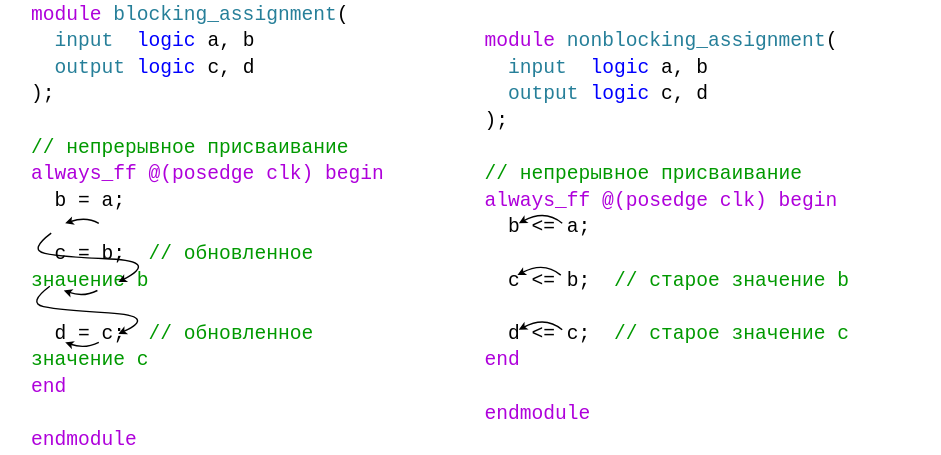
MPSU/APS keeps this draw.io diagram as .pic/Basic Verilog structures/assignments/fig_03.drawio.svg. Above is the earlier version. Source tidied: cells renumbered, new cells last; positions are measured from the earlier drawing's top-left corner, leaving out a move shared by most shapes.
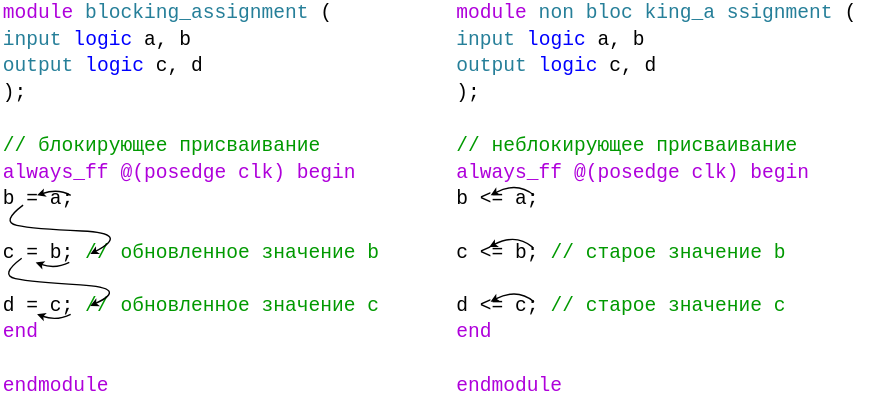
Above is the later version.

What changed in the source:
```diff
@@ -1,11 +1,11 @@
-<mxGraphModel>
+<mxGraphModel background="#ffffff">
   <root>
     <mxCell id="0" />
     <mxCell id="1" parent="0" />
-    <mxCell id="2" value="&lt;div style=&quot;background-color: rgb(255, 255, 255); font-family: &amp;quot;Fira Code Light&amp;quot;, Consolas, &amp;quot;Courier New&amp;quot;, monospace, Consolas, &amp;quot;Courier New&amp;quot;, monospace; font-size: 14px; line-height: 216%;&quot;&gt;&lt;div style=&quot;line-height: 216%;&quot;&gt;&lt;div style=&quot;line-height: 19px;&quot;&gt;&lt;div style=&quot;line-height: 19px;&quot;&gt;&lt;div style=&quot;&quot;&gt;&lt;font color=&quot;#af00db&quot;&gt;module &lt;/font&gt;&lt;span style=&quot;color: rgb(38, 127, 153);&quot;&gt;blocking_assignment&lt;/span&gt;&lt;span style=&quot;color: rgb(0, 0, 0);&quot;&gt;(&lt;/span&gt;&lt;/div&gt;&lt;div style=&quot;color: rgb(59, 59, 59);&quot;&gt;&lt;span style=&quot;color: #000000;&quot;&gt;&amp;nbsp; &lt;/span&gt;&lt;span style=&quot;color: #267f99;&quot;&gt;input&lt;/span&gt;&lt;span style=&quot;color: #000000;&quot;&gt;&amp;nbsp;&amp;nbsp;&lt;/span&gt;&lt;span style=&quot;color: #0000ff;&quot;&gt;logic&lt;/span&gt;&lt;span style=&quot;color: #000000;&quot;&gt; a, b&lt;/span&gt;&lt;/div&gt;&lt;div style=&quot;color: rgb(59, 59, 59);&quot;&gt;&lt;span style=&quot;color: #000000;&quot;&gt;&amp;nbsp; &lt;/span&gt;&lt;span style=&quot;color: #267f99;&quot;&gt;output&lt;/span&gt;&lt;span style=&quot;color: #000000;&quot;&gt; &lt;/span&gt;&lt;span style=&quot;color: #0000ff;&quot;&gt;logic&lt;/span&gt;&lt;span style=&quot;color: #000000;&quot;&gt; c, d&lt;/span&gt;&lt;/div&gt;&lt;div style=&quot;color: rgb(59, 59, 59);&quot;&gt;&lt;span style=&quot;color: rgb(0, 0, 0);&quot;&gt;);&lt;/span&gt;&lt;/div&gt;&lt;div style=&quot;line-height: 19px;&quot;&gt;&lt;br&gt;&lt;/div&gt;&lt;font color=&quot;#009900&quot;&gt;// непрерывное присваивание&lt;br&gt;&lt;/font&gt;&lt;div style=&quot;&quot;&gt;&lt;font color=&quot;#af00db&quot;&gt;always_ff &lt;/font&gt;&lt;span style=&quot;color: rgb(175, 0, 219);&quot;&gt;@(posedge clk) begin&lt;/span&gt;&lt;/div&gt;&lt;div style=&quot;color: rgb(59, 59, 59);&quot;&gt;&lt;span style=&quot;color: #af00db;&quot;&gt;&amp;nbsp;&amp;nbsp;&lt;/span&gt;&lt;span style=&quot;color: #000000;&quot;&gt;b = a;&lt;/span&gt;&lt;/div&gt;&lt;div style=&quot;color: rgb(59, 59, 59);&quot;&gt;&lt;span style=&quot;color: #000000;&quot;&gt;&lt;br&gt;&lt;/span&gt;&lt;/div&gt;&lt;div style=&quot;&quot;&gt;&lt;span style=&quot;color: rgb(0, 0, 0);&quot;&gt;&amp;nbsp; c = b;&amp;nbsp;&amp;nbsp;&lt;/span&gt;&lt;font color=&quot;#009900&quot;&gt;// обновленное значение b&lt;/font&gt;&lt;/div&gt;&lt;div style=&quot;color: rgb(59, 59, 59);&quot;&gt;&lt;span style=&quot;color: #000000;&quot;&gt;&lt;br&gt;&lt;/span&gt;&lt;/div&gt;&lt;div style=&quot;color: rgb(59, 59, 59);&quot;&gt;&lt;span style=&quot;color: #000000;&quot;&gt;&amp;nbsp; d = c;&lt;/span&gt;&amp;nbsp;&amp;nbsp;&lt;font style=&quot;border-color: var(--border-color);&quot; color=&quot;#009900&quot;&gt;// обновленное значение с&lt;/font&gt;&lt;/div&gt;&lt;div style=&quot;color: rgb(59, 59, 59);&quot;&gt;&lt;span style=&quot;color: rgb(175, 0, 219);&quot;&gt;end&lt;/span&gt;&lt;/div&gt;&lt;div style=&quot;color: rgb(59, 59, 59);&quot;&gt;&lt;span style=&quot;color: #000000;&quot;&gt;&lt;br&gt;&lt;/span&gt;&lt;/div&gt;&lt;div style=&quot;&quot;&gt;&lt;font color=&quot;#af00db&quot;&gt;endmodule&lt;/font&gt;&lt;/div&gt;&lt;/div&gt;&lt;/div&gt;&lt;/div&gt;&lt;/div&gt;" style="text;html=1;strokeColor=none;fillColor=none;align=left;verticalAlign=middle;whiteSpace=wrap;rounded=0;" parent="1" vertex="1">
+    <mxCell id="2" value="&lt;div style=&quot;background-color: rgb(255, 255, 255); font-family: &amp;quot;Fira Code Light&amp;quot;, Consolas, &amp;quot;Courier New&amp;quot;, monospace, Consolas, &amp;quot;Courier New&amp;quot;, monospace; font-size: 14px; line-height: 216%;&quot;&gt;&lt;div style=&quot;line-height: 216%;&quot;&gt;&lt;div style=&quot;line-height: 19px;&quot;&gt;&lt;div style=&quot;line-height: 19px;&quot;&gt;&lt;div style=&quot;&quot;&gt;&lt;font color=&quot;#af00db&quot;&gt;module &lt;/font&gt;&lt;span style=&quot;color: rgb(38, 127, 153);&quot;&gt;blocking_assignment&lt;/span&gt;&lt;span style=&quot;color: rgb(0, 0, 0);&quot;&gt;(&lt;/span&gt;&lt;/div&gt;&lt;div style=&quot;color: rgb(59, 59, 59);&quot;&gt;&lt;span style=&quot;color: rgb(0, 0, 0);&quot;&gt;&amp;nbsp; &lt;/span&gt;&lt;span style=&quot;color: rgb(38, 127, 153);&quot;&gt;input&lt;/span&gt;&lt;span style=&quot;color: rgb(0, 0, 0);&quot;&gt;&amp;nbsp;&amp;nbsp;&lt;/span&gt;&lt;span style=&quot;color: rgb(0, 0, 255);&quot;&gt;logic&lt;/span&gt;&lt;span style=&quot;color: rgb(0, 0, 0);&quot;&gt; a, b&lt;/span&gt;&lt;/div&gt;&lt;div style=&quot;color: rgb(59, 59, 59);&quot;&gt;&lt;span style=&quot;color: rgb(0, 0, 0);&quot;&gt;&amp;nbsp; &lt;/span&gt;&lt;span style=&quot;color: rgb(38, 127, 153);&quot;&gt;output&lt;/span&gt;&lt;span style=&quot;color: rgb(0, 0, 0);&quot;&gt; &lt;/span&gt;&lt;span style=&quot;color: rgb(0, 0, 255);&quot;&gt;logic&lt;/span&gt;&lt;span style=&quot;color: rgb(0, 0, 0);&quot;&gt; c, d&lt;/span&gt;&lt;/div&gt;&lt;div style=&quot;color: rgb(59, 59, 59);&quot;&gt;&lt;span style=&quot;color: rgb(0, 0, 0);&quot;&gt;);&lt;/span&gt;&lt;/div&gt;&lt;div style=&quot;line-height: 19px;&quot;&gt;&lt;br&gt;&lt;/div&gt;&lt;font color=&quot;#009900&quot;&gt;// блокирующее присваивание&lt;br&gt;&lt;/font&gt;&lt;div style=&quot;&quot;&gt;&lt;font color=&quot;#af00db&quot;&gt;always_ff &lt;/font&gt;&lt;span style=&quot;color: rgb(175, 0, 219);&quot;&gt;@(posedge clk) begin&lt;/span&gt;&lt;/div&gt;&lt;div style=&quot;color: rgb(59, 59, 59);&quot;&gt;&lt;span style=&quot;color: rgb(175, 0, 219);&quot;&gt;&amp;nbsp;&amp;nbsp;&lt;/span&gt;&lt;span style=&quot;color: rgb(0, 0, 0);&quot;&gt;b = a;&lt;/span&gt;&lt;/div&gt;&lt;div style=&quot;color: rgb(59, 59, 59);&quot;&gt;&lt;span style=&quot;color: rgb(0, 0, 0);&quot;&gt;&lt;br&gt;&lt;/span&gt;&lt;/div&gt;&lt;div style=&quot;&quot;&gt;&lt;span style=&quot;color: rgb(0, 0, 0);&quot;&gt;&amp;nbsp; c = b;&amp;nbsp;&amp;nbsp;&lt;/span&gt;&lt;font color=&quot;#009900&quot;&gt;// обновленное значение b&lt;/font&gt;&lt;/div&gt;&lt;div style=&quot;color: rgb(59, 59, 59);&quot;&gt;&lt;span style=&quot;color: rgb(0, 0, 0);&quot;&gt;&lt;br&gt;&lt;/span&gt;&lt;/div&gt;&lt;div style=&quot;color: rgb(59, 59, 59);&quot;&gt;&lt;span style=&quot;color: rgb(0, 0, 0);&quot;&gt;&amp;nbsp; d = c;&lt;/span&gt;&amp;nbsp;&amp;nbsp;&lt;font style=&quot;border-color: var(--border-color);&quot; color=&quot;#009900&quot;&gt;// обновленное значение с&lt;/font&gt;&lt;/div&gt;&lt;div style=&quot;color: rgb(59, 59, 59);&quot;&gt;&lt;span style=&quot;color: rgb(175, 0, 219);&quot;&gt;end&lt;/span&gt;&lt;/div&gt;&lt;div style=&quot;color: rgb(59, 59, 59);&quot;&gt;&lt;span style=&quot;color: rgb(0, 0, 0);&quot;&gt;&lt;br&gt;&lt;/span&gt;&lt;/div&gt;&lt;div style=&quot;&quot;&gt;&lt;font color=&quot;#af00db&quot;&gt;endmodule&lt;/font&gt;&lt;/div&gt;&lt;/div&gt;&lt;/div&gt;&lt;/div&gt;&lt;/div&gt;" style="text;html=1;strokeColor=none;fillColor=none;align=left;verticalAlign=middle;whiteSpace=wrap;rounded=0;" parent="1" vertex="1">
       <mxGeometry x="1" width="278" height="284" as="geometry" />
     </mxCell>
-    <mxCell id="3" value="&lt;div style=&quot;background-color: rgb(255, 255, 255); font-family: &amp;quot;Fira Code Light&amp;quot;, Consolas, &amp;quot;Courier New&amp;quot;, monospace, Consolas, &amp;quot;Courier New&amp;quot;, monospace; font-size: 14px; line-height: 216%;&quot;&gt;&lt;div style=&quot;line-height: 216%;&quot;&gt;&lt;div style=&quot;line-height: 19px;&quot;&gt;&lt;div style=&quot;line-height: 19px;&quot;&gt;&lt;div style=&quot;&quot;&gt;&lt;font color=&quot;#af00db&quot;&gt;module&lt;/font&gt;&lt;font color=&quot;#267f99&quot;&gt; non&lt;/font&gt;&lt;span style=&quot;color: rgb(38, 127, 153);&quot;&gt;bloc&lt;/span&gt;&lt;font color=&quot;#267f99&quot;&gt;king_a&lt;/font&gt;&lt;span style=&quot;color: rgb(38, 127, 153);&quot;&gt;ssignment&lt;/span&gt;&lt;span style=&quot;color: rgb(0, 0, 0);&quot;&gt;(&lt;/span&gt;&lt;/div&gt;&lt;div style=&quot;color: rgb(59, 59, 59);&quot;&gt;&lt;span style=&quot;color: #000000;&quot;&gt;&amp;nbsp; &lt;/span&gt;&lt;span style=&quot;color: #267f99;&quot;&gt;input&lt;/span&gt;&lt;span style=&quot;color: #000000;&quot;&gt;&amp;nbsp;&amp;nbsp;&lt;/span&gt;&lt;span style=&quot;color: #0000ff;&quot;&gt;logic&lt;/span&gt;&lt;span style=&quot;color: #000000;&quot;&gt; a, b&lt;/span&gt;&lt;/div&gt;&lt;div style=&quot;color: rgb(59, 59, 59);&quot;&gt;&lt;span style=&quot;color: #000000;&quot;&gt;&amp;nbsp; &lt;/span&gt;&lt;span style=&quot;color: #267f99;&quot;&gt;output&lt;/span&gt;&lt;span style=&quot;color: #000000;&quot;&gt; &lt;/span&gt;&lt;span style=&quot;color: #0000ff;&quot;&gt;logic&lt;/span&gt;&lt;span style=&quot;color: #000000;&quot;&gt; c, d&lt;/span&gt;&lt;/div&gt;&lt;div style=&quot;color: rgb(59, 59, 59);&quot;&gt;&lt;span style=&quot;color: #000000;&quot;&gt;);&lt;/span&gt;&lt;/div&gt;&lt;div style=&quot;line-height: 19px;&quot;&gt;&lt;br&gt;&lt;/div&gt;&lt;font color=&quot;#009900&quot;&gt;// непрерывное присваивание&lt;br&gt;&lt;/font&gt;&lt;div style=&quot;&quot;&gt;&lt;font color=&quot;#af00db&quot;&gt;always_ff &lt;/font&gt;&lt;span style=&quot;color: rgb(175, 0, 219);&quot;&gt;@(posedge clk) begin&lt;/span&gt;&lt;/div&gt;&lt;div style=&quot;color: rgb(59, 59, 59);&quot;&gt;&lt;span style=&quot;color: #af00db;&quot;&gt;&amp;nbsp;&amp;nbsp;&lt;/span&gt;&lt;span style=&quot;color: #000000;&quot;&gt;b &amp;lt;= a;&lt;/span&gt;&lt;/div&gt;&lt;div style=&quot;color: rgb(59, 59, 59);&quot;&gt;&lt;span style=&quot;color: #000000;&quot;&gt;&lt;br&gt;&lt;/span&gt;&lt;/div&gt;&lt;div style=&quot;&quot;&gt;&lt;span style=&quot;color: rgb(0, 0, 0);&quot;&gt;&amp;nbsp; c &amp;lt;= b;&amp;nbsp; &lt;/span&gt;&lt;font color=&quot;#009900&quot;&gt;// старое значение b&lt;/font&gt;&lt;/div&gt;&lt;div style=&quot;color: rgb(59, 59, 59);&quot;&gt;&lt;span style=&quot;color: #000000;&quot;&gt;&lt;br&gt;&lt;/span&gt;&lt;/div&gt;&lt;div style=&quot;&quot;&gt;&lt;span style=&quot;color: rgb(0, 0, 0);&quot;&gt;&amp;nbsp; d &amp;lt;= c;&amp;nbsp;&amp;nbsp;&lt;/span&gt;&lt;font color=&quot;#009900&quot;&gt;// старое значение c&lt;/font&gt;&lt;/div&gt;&lt;div style=&quot;&quot;&gt;&lt;font color=&quot;#af00db&quot;&gt;end&lt;/font&gt;&lt;/div&gt;&lt;div style=&quot;color: rgb(59, 59, 59);&quot;&gt;&lt;span style=&quot;color: #000000;&quot;&gt;&lt;br&gt;&lt;/span&gt;&lt;/div&gt;&lt;div style=&quot;&quot;&gt;&lt;font color=&quot;#af00db&quot;&gt;endmodule&lt;/font&gt;&lt;/div&gt;&lt;/div&gt;&lt;/div&gt;&lt;/div&gt;&lt;/div&gt;" style="text;html=1;strokeColor=none;fillColor=none;align=left;verticalAlign=middle;whiteSpace=wrap;rounded=0;" parent="1" vertex="1">
+    <mxCell id="3" value="&lt;div style=&quot;background-color: rgb(255, 255, 255); font-family: &amp;quot;Fira Code Light&amp;quot;, Consolas, &amp;quot;Courier New&amp;quot;, monospace, Consolas, &amp;quot;Courier New&amp;quot;, monospace; font-size: 14px; line-height: 216%;&quot;&gt;&lt;div style=&quot;line-height: 216%;&quot;&gt;&lt;div style=&quot;line-height: 19px;&quot;&gt;&lt;div style=&quot;line-height: 19px;&quot;&gt;&lt;div style=&quot;&quot;&gt;&lt;font color=&quot;#af00db&quot;&gt;module&lt;/font&gt;&lt;font color=&quot;#267f99&quot;&gt; non&lt;/font&gt;&lt;span style=&quot;color: rgb(38, 127, 153);&quot;&gt;bloc&lt;/span&gt;&lt;font color=&quot;#267f99&quot;&gt;king_a&lt;/font&gt;&lt;span style=&quot;color: rgb(38, 127, 153);&quot;&gt;ssignment&lt;/span&gt;&lt;span style=&quot;color: rgb(0, 0, 0);&quot;&gt;(&lt;/span&gt;&lt;/div&gt;&lt;div style=&quot;color: rgb(59, 59, 59);&quot;&gt;&lt;span style=&quot;color: rgb(0, 0, 0);&quot;&gt;&amp;nbsp; &lt;/span&gt;&lt;span style=&quot;color: rgb(38, 127, 153);&quot;&gt;input&lt;/span&gt;&lt;span style=&quot;color: rgb(0, 0, 0);&quot;&gt;&amp;nbsp;&amp;nbsp;&lt;/span&gt;&lt;span style=&quot;color: rgb(0, 0, 255);&quot;&gt;logic&lt;/span&gt;&lt;span style=&quot;color: rgb(0, 0, 0);&quot;&gt; a, b&lt;/span&gt;&lt;/div&gt;&lt;div style=&quot;color: rgb(59, 59, 59);&quot;&gt;&lt;span style=&quot;color: rgb(0, 0, 0);&quot;&gt;&amp;nbsp; &lt;/span&gt;&lt;span style=&quot;color: rgb(38, 127, 153);&quot;&gt;output&lt;/span&gt;&lt;span style=&quot;color: rgb(0, 0, 0);&quot;&gt; &lt;/span&gt;&lt;span style=&quot;color: rgb(0, 0, 255);&quot;&gt;logic&lt;/span&gt;&lt;span style=&quot;color: rgb(0, 0, 0);&quot;&gt; c, d&lt;/span&gt;&lt;/div&gt;&lt;div style=&quot;color: rgb(59, 59, 59);&quot;&gt;&lt;span style=&quot;color: rgb(0, 0, 0);&quot;&gt;);&lt;/span&gt;&lt;/div&gt;&lt;div style=&quot;line-height: 19px;&quot;&gt;&lt;br&gt;&lt;/div&gt;&lt;font color=&quot;#009900&quot;&gt;// неблокирующее присваивание&lt;br&gt;&lt;/font&gt;&lt;div style=&quot;&quot;&gt;&lt;font color=&quot;#af00db&quot;&gt;always_ff &lt;/font&gt;&lt;span style=&quot;color: rgb(175, 0, 219);&quot;&gt;@(posedge clk) begin&lt;/span&gt;&lt;/div&gt;&lt;div style=&quot;color: rgb(59, 59, 59);&quot;&gt;&lt;span style=&quot;color: rgb(175, 0, 219);&quot;&gt;&amp;nbsp;&amp;nbsp;&lt;/span&gt;&lt;span style=&quot;color: rgb(0, 0, 0);&quot;&gt;b &amp;lt;= a;&lt;/span&gt;&lt;/div&gt;&lt;div style=&quot;color: rgb(59, 59, 59);&quot;&gt;&lt;span style=&quot;color: rgb(0, 0, 0);&quot;&gt;&lt;br&gt;&lt;/span&gt;&lt;/div&gt;&lt;div style=&quot;&quot;&gt;&lt;span style=&quot;color: rgb(0, 0, 0);&quot;&gt;&amp;nbsp; c &amp;lt;= b;&amp;nbsp; &lt;/span&gt;&lt;font color=&quot;#009900&quot;&gt;// старое значение b&lt;/font&gt;&lt;/div&gt;&lt;div style=&quot;color: rgb(59, 59, 59);&quot;&gt;&lt;span style=&quot;color: rgb(0, 0, 0);&quot;&gt;&lt;br&gt;&lt;/span&gt;&lt;/div&gt;&lt;div style=&quot;&quot;&gt;&lt;span style=&quot;color: rgb(0, 0, 0);&quot;&gt;&amp;nbsp; d &amp;lt;= c;&amp;nbsp;&amp;nbsp;&lt;/span&gt;&lt;font color=&quot;#009900&quot;&gt;// старое значение c&lt;/font&gt;&lt;/div&gt;&lt;div style=&quot;&quot;&gt;&lt;font color=&quot;#af00db&quot;&gt;end&lt;/font&gt;&lt;/div&gt;&lt;div style=&quot;color: rgb(59, 59, 59);&quot;&gt;&lt;span style=&quot;color: rgb(0, 0, 0);&quot;&gt;&lt;br&gt;&lt;/span&gt;&lt;/div&gt;&lt;div style=&quot;&quot;&gt;&lt;font color=&quot;#af00db&quot;&gt;endmodule&lt;/font&gt;&lt;/div&gt;&lt;/div&gt;&lt;/div&gt;&lt;/div&gt;&lt;/div&gt;" style="text;html=1;strokeColor=none;fillColor=none;align=left;verticalAlign=middle;whiteSpace=wrap;rounded=0;" parent="1" vertex="1">
       <mxGeometry x="325" width="308" height="284" as="geometry" />
     </mxCell>
     <mxCell id="4" style="curved=1;endArrow=classic;html=1;rounded=0;endFill=1;strokeWidth=1;strokeColor=default;endSize=3;" parent="1" edge="1">
```
